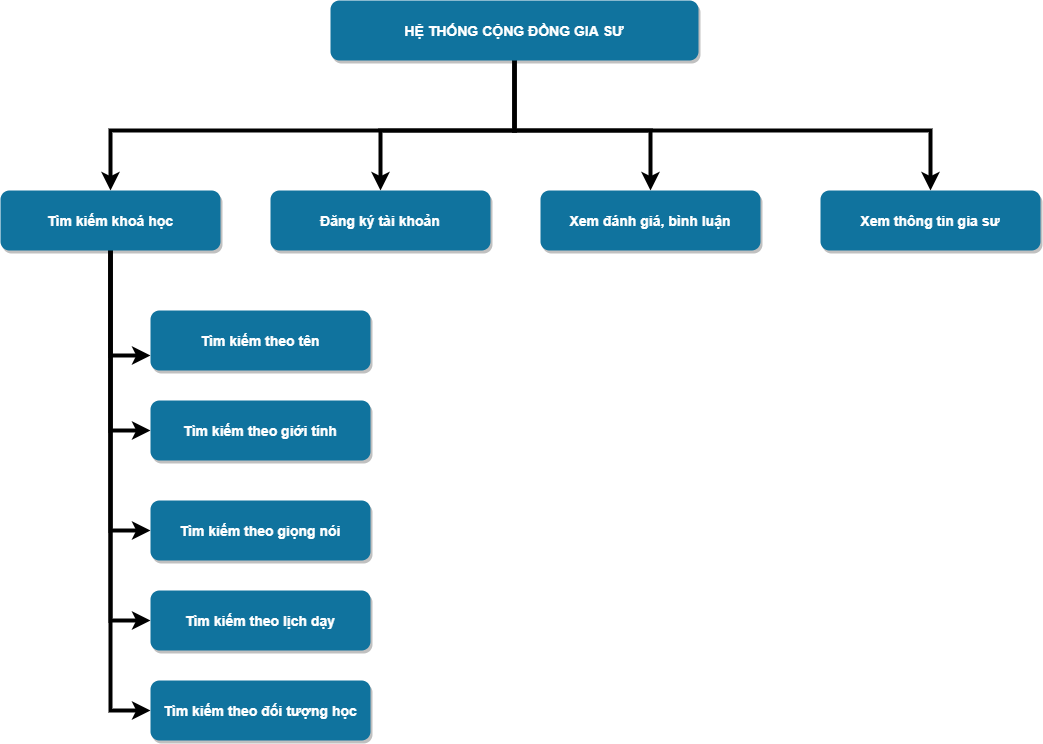
nghiale1/CongDongGiaSu keeps this draw.io diagram as docs/Database_log/1-4/CongDongGiaSu_SoDoChucNang_NguoiDungKhongDangNhap.png. Above is the earlier version. Source tidied: cells renumbered, new cells last; positions are measured from the earlier drawing's top-left corner, leaving out a move shared by most shapes.
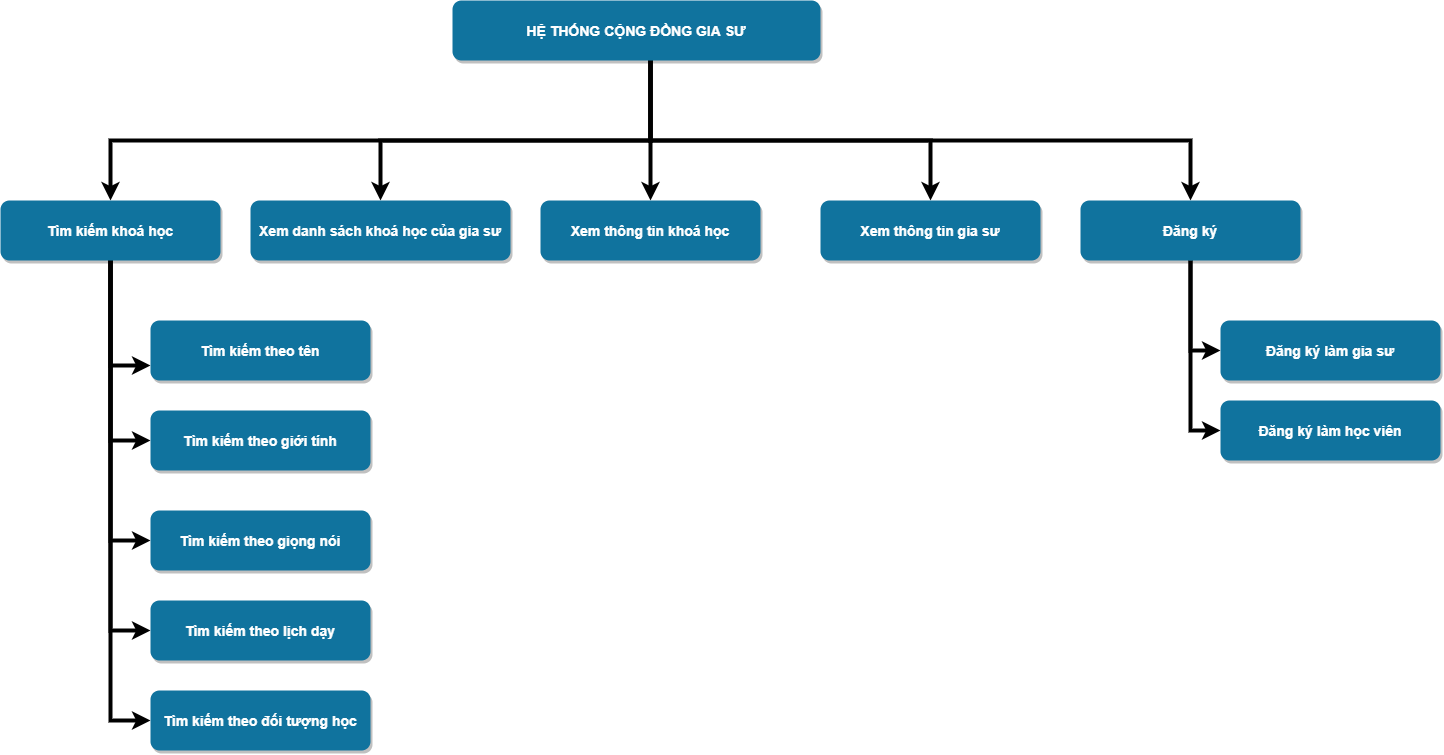
The same file after the commit.

Change to the diagram source:
```diff
@@ -5,7 +5,7 @@
     <mxCell id="2" style="edgeStyle=orthogonalEdgeStyle;rounded=0;jettySize=auto;html=1;strokeWidth=4;" parent="1" edge="1" source="6" target="13">
       <mxGeometry relative="1" as="geometry">
         <Array as="points">
-          <mxPoint x="514" y="130" />
+          <mxPoint x="650" y="130" />
           <mxPoint x="110" y="130" />
         </Array>
       </mxGeometry>
@@ -13,15 +13,15 @@
     <mxCell id="3" style="edgeStyle=orthogonalEdgeStyle;rounded=0;jettySize=auto;html=1;strokeWidth=4;" parent="1" edge="1" source="6" target="14">
       <mxGeometry relative="1" as="geometry">
         <Array as="points">
-          <mxPoint x="514" y="130" />
-          <mxPoint x="650" y="130" />
+          <mxPoint x="650" y="70" />
+          <mxPoint x="650" y="70" />
         </Array>
       </mxGeometry>
     </mxCell>
     <mxCell id="4" style="edgeStyle=orthogonalEdgeStyle;rounded=0;jettySize=auto;html=1;strokeColor=#000000;strokeWidth=4;" parent="1" edge="1" source="6" target="15">
       <mxGeometry relative="1" as="geometry">
         <Array as="points">
-          <mxPoint x="514" y="130" />
+          <mxPoint x="650" y="130" />
           <mxPoint x="930" y="130" />
         </Array>
       </mxGeometry>
@@ -29,16 +29,24 @@
     <mxCell id="5" style="edgeStyle=orthogonalEdgeStyle;rounded=0;jettySize=auto;html=1;entryX=0.5;entryY=0;entryDx=0;entryDy=0;strokeColor=#000000;strokeWidth=4;" parent="1" edge="1" source="6" target="7">
       <mxGeometry relative="1" as="geometry">
         <Array as="points">
-          <mxPoint x="514" y="130" />
+          <mxPoint x="650" y="130" />
           <mxPoint x="380" y="130" />
         </Array>
       </mxGeometry>
     </mxCell>
+    <mxCell id="21" style="edgeStyle=orthogonalEdgeStyle;rounded=0;jettySize=auto;html=1;strokeWidth=4;" parent="1" edge="1" source="6" target="24">
+      <mxGeometry relative="1" as="geometry">
+        <Array as="points">
+          <mxPoint x="650" y="130" />
+          <mxPoint x="1190" y="130" />
+        </Array>
+      </mxGeometry>
+    </mxCell>
     <mxCell id="6" value="HỆ THỐNG CỘNG ĐỒNG GIA SƯ" style="rounded=1;fillColor=#10739E;strokeColor=none;shadow=1;gradientColor=none;fontStyle=1;fontColor=#FFFFFF;fontSize=14;" parent="1" vertex="1">
-      <mxGeometry x="330" width="368" height="60" as="geometry" />
+      <mxGeometry x="452" y="-10" width="368" height="60" as="geometry" />
     </mxCell>
-    <mxCell id="7" value="Đăng ký tài khoản" style="rounded=1;fillColor=#10739E;strokeColor=none;shadow=1;gradientColor=none;fontStyle=1;fontColor=#FFFFFF;fontSize=14;" parent="1" vertex="1">
-      <mxGeometry x="270" y="190" width="220" height="60" as="geometry" />
+    <mxCell id="7" value="Xem danh sách khoá học của gia sư" style="rounded=1;fillColor=#10739E;strokeColor=none;shadow=1;gradientColor=none;fontStyle=1;fontColor=#FFFFFF;fontSize=14;" parent="1" vertex="1">
+      <mxGeometry x="250" y="190" width="260" height="60" as="geometry" />
     </mxCell>
     <mxCell id="8" style="edgeStyle=orthogonalEdgeStyle;rounded=0;jettySize=auto;html=1;entryX=0;entryY=0.75;entryDx=0;entryDy=0;strokeColor=#000000;strokeWidth=4;" parent="1" edge="1" source="13" target="16">
       <mxGeometry relative="1" as="geometry">
@@ -62,7 +70,7 @@
     <mxCell id="13" value="Tìm kiếm khoá học" style="rounded=1;fillColor=#10739E;strokeColor=none;shadow=1;gradientColor=none;fontStyle=1;fontColor=#FFFFFF;fontSize=14;" parent="1" vertex="1">
       <mxGeometry y="190" width="220" height="60" as="geometry" />
     </mxCell>
-    <mxCell id="14" value="Xem đánh giá, bình luận" style="rounded=1;fillColor=#10739E;strokeColor=none;shadow=1;gradientColor=none;fontStyle=1;fontColor=#FFFFFF;fontSize=14;" parent="1" vertex="1">
+    <mxCell id="14" value="Xem thông tin khoá học" style="rounded=1;fillColor=#10739E;strokeColor=none;shadow=1;gradientColor=none;fontStyle=1;fontColor=#FFFFFF;fontSize=14;" parent="1" vertex="1">
       <mxGeometry x="540" y="190" width="220" height="60" as="geometry" />
     </mxCell>
     <mxCell id="15" value="Xem thông tin gia sư" style="rounded=1;fillColor=#10739E;strokeColor=none;shadow=1;gradientColor=none;fontStyle=1;fontColor=#FFFFFF;fontSize=14;" parent="1" vertex="1">
@@ -83,5 +91,20 @@
     <mxCell id="20" value="Tìm kiếm theo đối tượng học" style="rounded=1;fillColor=#10739E;strokeColor=none;shadow=1;gradientColor=none;fontStyle=1;fontColor=#FFFFFF;fontSize=14;" parent="1" vertex="1">
       <mxGeometry x="150" y="680" width="220" height="60" as="geometry" />
     </mxCell>
+    <mxCell id="22" style="edgeStyle=orthogonalEdgeStyle;rounded=0;jettySize=auto;html=1;entryX=0;entryY=0.5;entryDx=0;entryDy=0;strokeWidth=4;" parent="1" edge="1" source="24" target="26">
+      <mxGeometry relative="1" as="geometry" />
+    </mxCell>
+    <mxCell id="23" style="edgeStyle=orthogonalEdgeStyle;rounded=0;jettySize=auto;html=1;entryX=0;entryY=0.5;entryDx=0;entryDy=0;strokeWidth=4;" parent="1" edge="1" source="24" target="25">
+      <mxGeometry relative="1" as="geometry" />
+    </mxCell>
+    <mxCell id="24" value="Đăng ký" style="rounded=1;fillColor=#10739E;strokeColor=none;shadow=1;gradientColor=none;fontStyle=1;fontColor=#FFFFFF;fontSize=14;" parent="1" vertex="1">
+      <mxGeometry x="1080" y="190" width="220" height="60" as="geometry" />
+    </mxCell>
+    <mxCell id="25" value="Đăng ký làm học viên" style="rounded=1;fillColor=#10739E;strokeColor=none;shadow=1;gradientColor=none;fontStyle=1;fontColor=#FFFFFF;fontSize=14;" parent="1" vertex="1">
+      <mxGeometry x="1220" y="390" width="220" height="60" as="geometry" />
+    </mxCell>
+    <mxCell id="26" value="Đăng ký làm gia sư" style="rounded=1;fillColor=#10739E;strokeColor=none;shadow=1;gradientColor=none;fontStyle=1;fontColor=#FFFFFF;fontSize=14;" parent="1" vertex="1">
+      <mxGeometry x="1220" y="310" width="220" height="60" as="geometry" />
+    </mxCell>
   </root>
 </mxGraphModel>
```
